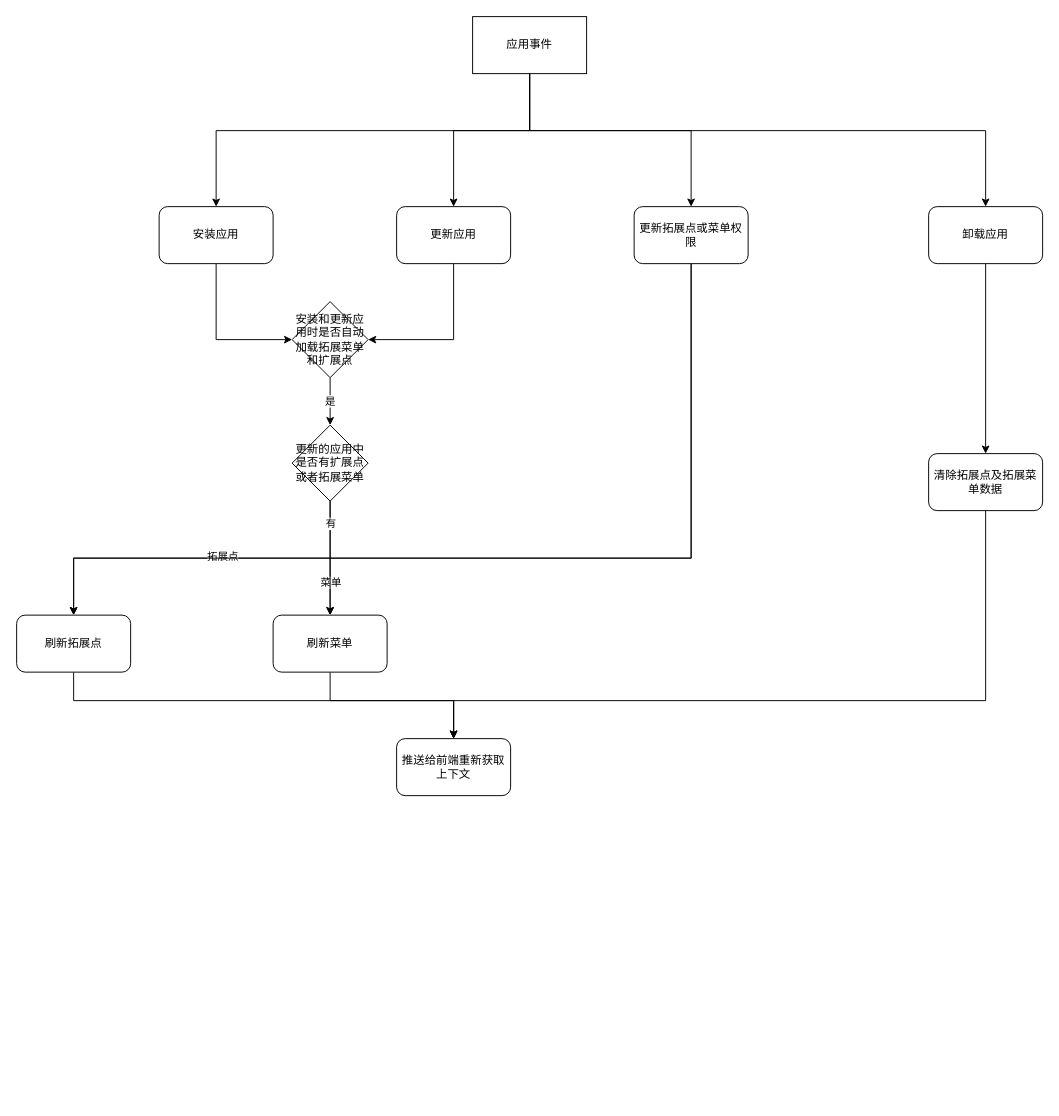
Before: Untitled Diagram.drawio in langlanglanglanglang/diagrams, a draw.io diagram. Source tidied: cells renumbered, new cells numbered last; positions are measured from the earlier drawing's top-left corner, leaving out a move shared by most shapes. Both pictures are drawn from the tidied source at 95%, with x=0, y=0 at pixel (16, 16).
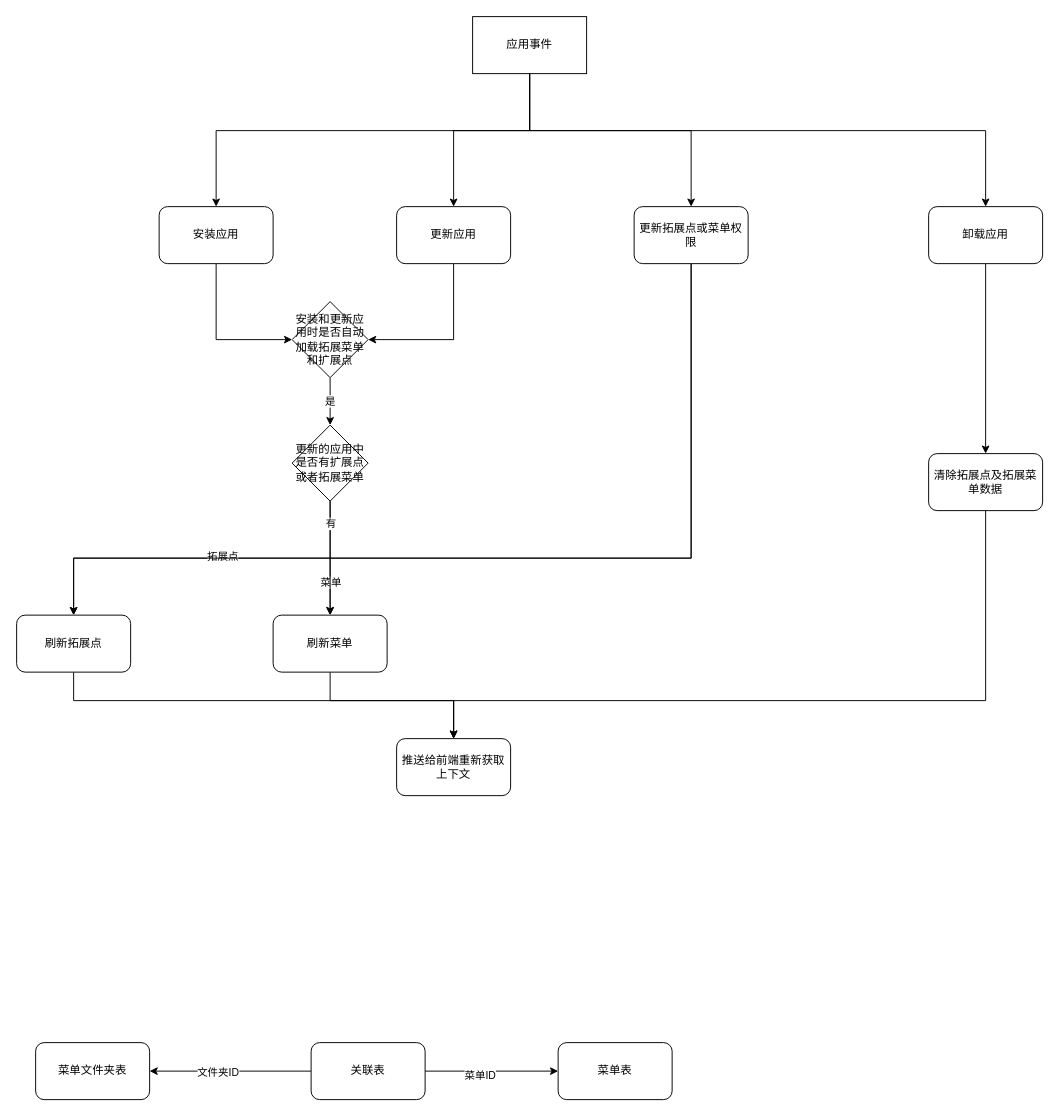
The same diagram, later.

Commit message:
菜单和拓展点事件

What changed in the source:
```diff
@@
+    <mxCell id="31" value="菜单文件夹表" style="rounded=1;whiteSpace=wrap;html=1;" parent="1" vertex="1">
+      <mxGeometry x="20" y="1080" width="120" height="60" as="geometry" />
+    </mxCell>
+    <mxCell id="32" value="菜单表" style="rounded=1;whiteSpace=wrap;html=1;" parent="1" vertex="1">
+      <mxGeometry x="570" y="1080" width="120" height="60" as="geometry" />
+    </mxCell>
+    <mxCell id="33" style="edgeStyle=orthogonalEdgeStyle;rounded=0;jettySize=auto;html=1;" parent="1" edge="1" source="37" target="31">
+      <mxGeometry relative="1" as="geometry" />
+    </mxCell>
+    <mxCell id="34" value="文件夹ID" style="edgeLabel;html=1;align=center;verticalAlign=middle;" parent="33" vertex="1">
+      <mxGeometry x="0.16" y="1" relative="1" as="geometry" />
+    </mxCell>
+    <mxCell id="35" style="edgeStyle=orthogonalEdgeStyle;rounded=0;jettySize=auto;html=1;" parent="1" edge="1" source="37" target="32">
+      <mxGeometry relative="1" as="geometry" />
+    </mxCell>
+    <mxCell id="36" value="菜单ID" style="edgeLabel;html=1;align=center;verticalAlign=middle;" parent="35" vertex="1">
+      <mxGeometry x="-0.18" y="-4" relative="1" as="geometry" />
+    </mxCell>
+    <mxCell id="37" value="关联表" style="rounded=1;whiteSpace=wrap;html=1;" parent="1" vertex="1">
+      <mxGeometry x="310" y="1080" width="120" height="60" as="geometry" />
+    </mxCell>
```
